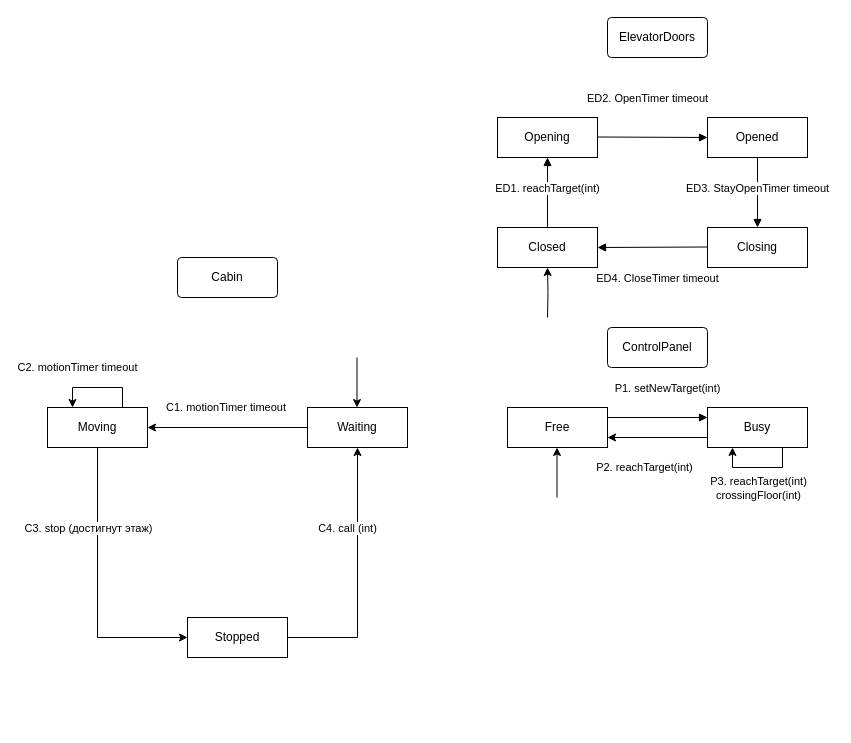
The draw.io diagram oop/lab_04/diagrams/Лабораторная 4 ооп.drawio in MiAneko24/BMSTU_stuff, before the edit. Source tidied: cells renumbered, new cells numbered last; positions are measured from the earlier drawing's top-left corner, leaving out a move shared by most shapes. Both pictures are drawn from the tidied source at 100%, with x=0, y=0 at pixel (47, 17).
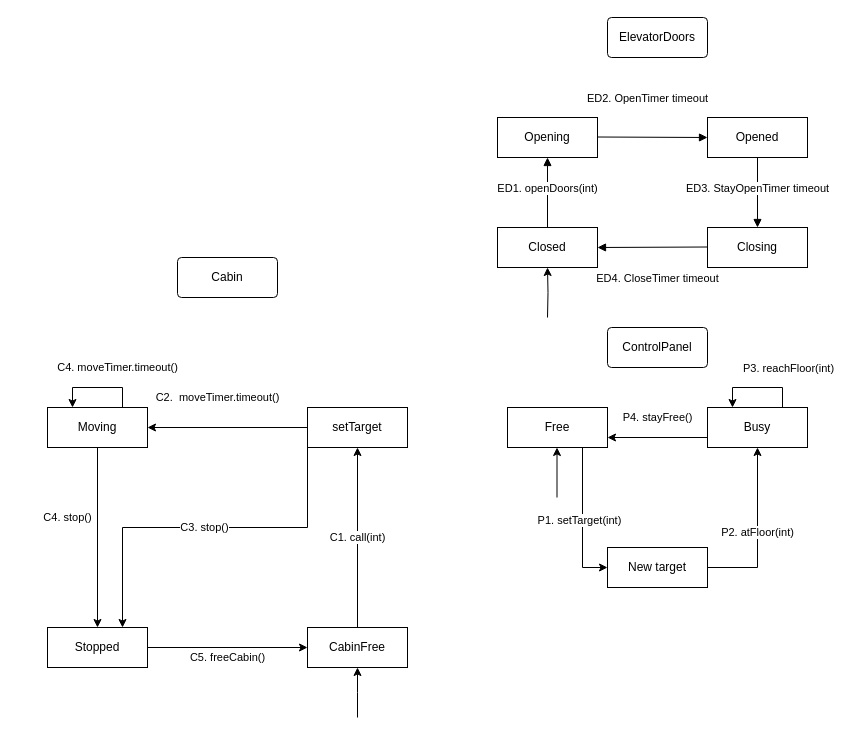
The same page after the edit.

The change refers to these unchanged cells:
```xml
<mxCell id="7" value="Moving" style="rounded=0;arcSize=10;whiteSpace=wrap;html=1;align=center;" parent="1" vertex="1">
  <mxGeometry y="390" width="100" height="40" as="geometry" />
</mxCell>
<mxCell id="12" value="Free" style="rounded=0;arcSize=10;whiteSpace=wrap;html=1;align=center;" parent="1" vertex="1">
  <mxGeometry x="460" y="390" width="100" height="40" as="geometry" />
</mxCell>
<mxCell id="14" value="Busy" style="rounded=0;arcSize=10;whiteSpace=wrap;html=1;align=center;" parent="1" vertex="1">
  <mxGeometry x="660" y="390" width="100" height="40" as="geometry" />
</mxCell>
<mxCell id="15" value="Opening" style="rounded=0;arcSize=10;whiteSpace=wrap;html=1;align=center;" parent="1" vertex="1">
  <mxGeometry x="450" y="100" width="100" height="40" as="geometry" />
</mxCell>
<mxCell id="19" value="Closed" style="rounded=0;arcSize=10;whiteSpace=wrap;html=1;align=center;" parent="1" vertex="1">
  <mxGeometry x="450" y="210" width="100" height="40" as="geometry" />
</mxCell>
```

What changed in the source:
```diff
@@
-    <mxCell id="5" style="edgeStyle=orthogonalEdgeStyle;rounded=0;jettySize=auto;html=1;exitX=0.5;exitY=1;exitDx=0;exitDy=0;entryX=0;entryY=0.5;entryDx=0;entryDy=0;" parent="1" edge="1" source="7" target="11">
-      <mxGeometry relative="1" as="geometry" />
+    <mxCell id="5" value="C4. stop()" style="edgeStyle=orthogonalEdgeStyle;rounded=0;jettySize=auto;html=1;exitX=0.5;exitY=1;exitDx=0;exitDy=0;entryX=0.5;entryY=0;entryDx=0;entryDy=0;" parent="1" edge="1" source="7" target="11">
+      <mxGeometry x="-0.22" y="-30" relative="1" as="geometry" />
     </mxCell>
-    <mxCell id="6" value="C3. stop (достигнут этаж)" style="edgeLabel;html=1;align=center;verticalAlign=middle;" parent="5" vertex="1">
-      <mxGeometry x="-0.52" y="-3" relative="1" as="geometry">
-        <mxPoint x="-7" y="13" as="offset" />
-      </mxGeometry>
-    </mxCell>
@@
-    <mxCell id="8" value="C1. motionTimer timeout&amp;nbsp;" style="edgeStyle=orthogonalEdgeStyle;rounded=0;jettySize=auto;html=1;exitX=0;exitY=0.5;exitDx=0;exitDy=0;" parent="1" edge="1" source="9" target="7">
-      <mxGeometry y="-20" relative="1" as="geometry" />
+    <mxCell id="8" value="C2.&amp;nbsp; moveTimer.timeout()" style="edgeStyle=orthogonalEdgeStyle;rounded=0;jettySize=auto;html=1;exitX=0;exitY=0.5;exitDx=0;exitDy=0;entryX=1;entryY=0.5;entryDx=0;entryDy=0;" parent="1" edge="1" source="9" target="7">
+      <mxGeometry x="0.12" y="-30" relative="1" as="geometry" />
     </mxCell>
+    <mxCell id="30" value="C3. stop()" style="edgeStyle=orthogonalEdgeStyle;rounded=0;jettySize=auto;html=1;exitX=0;exitY=1;exitDx=0;exitDy=0;entryX=0.75;entryY=0;entryDx=0;entryDy=0;" parent="1" edge="1" source="9" target="11">
+      <mxGeometry relative="1" as="geometry">
+        <Array as="points">
+          <mxPoint x="260" y="510" />
+          <mxPoint x="75" y="510" />
+        </Array>
+      </mxGeometry>
+    </mxCell>
-    <mxCell id="9" value="Waiting" style="rounded=0;arcSize=10;whiteSpace=wrap;html=1;align=center;" parent="1" vertex="1">
+    <mxCell id="9" value="setTarget" style="rounded=0;arcSize=10;whiteSpace=wrap;html=1;align=center;" parent="1" vertex="1">
       <mxGeometry x="260" y="390" width="100" height="40" as="geometry" />
     </mxCell>
-    <mxCell id="10" value="C4. call (int)" style="edgeStyle=orthogonalEdgeStyle;rounded=0;jettySize=auto;html=1;exitX=1;exitY=0.5;exitDx=0;exitDy=0;entryX=0.5;entryY=1;entryDx=0;entryDy=0;" parent="1" edge="1" source="11" target="9">
-      <mxGeometry x="0.38" y="10" relative="1" as="geometry" />
-    </mxCell>
+    <mxCell id="31" value="C5. freeCabin()" style="edgeStyle=orthogonalEdgeStyle;rounded=0;jettySize=auto;html=1;exitX=1;exitY=0.5;exitDx=0;exitDy=0;entryX=0;entryY=0.5;entryDx=0;entryDy=0;" parent="1" edge="1" source="11" target="34">
+      <mxGeometry y="-10" relative="1" as="geometry" />
+    </mxCell>
     <mxCell id="11" value="Stopped" style="rounded=0;arcSize=10;whiteSpace=wrap;html=1;align=center;" parent="1" vertex="1">
-      <mxGeometry x="140" y="600" width="100" height="40" as="geometry" />
+      <mxGeometry y="610" width="100" height="40" as="geometry" />
     </mxCell>
+    <mxCell id="32" value="&lt;span style=&quot;color: rgb(0, 0, 0); font-family: helvetica; font-size: 11px; font-style: normal; font-weight: 400; letter-spacing: normal; text-align: center; text-indent: 0px; text-transform: none; word-spacing: 0px; background-color: rgb(255, 255, 255); display: inline; float: none;&quot;&gt;P1. setTarget(int)&amp;nbsp;&amp;nbsp;&lt;/span&gt;" style="edgeStyle=orthogonalEdgeStyle;rounded=0;jettySize=auto;html=1;exitX=0.75;exitY=1;exitDx=0;exitDy=0;entryX=0;entryY=0.5;entryDx=0;entryDy=0;" parent="1" edge="1" source="12" target="36">
+      <mxGeometry relative="1" as="geometry" />
+    </mxCell>
@@
-    <mxCell id="13" value="P2. reachTarget(int)&amp;nbsp;&amp;nbsp;" style="edgeStyle=orthogonalEdgeStyle;rounded=0;jettySize=auto;html=1;exitX=0;exitY=0.75;exitDx=0;exitDy=0;entryX=1;entryY=0.75;entryDx=0;entryDy=0;" parent="1" edge="1" source="14" target="12">
-      <mxGeometry x="0.2" y="30" relative="1" as="geometry" />
+    <mxCell id="13" value="P4. stayFree()" style="edgeStyle=orthogonalEdgeStyle;rounded=0;jettySize=auto;html=1;exitX=0;exitY=0.75;exitDx=0;exitDy=0;entryX=1;entryY=0.75;entryDx=0;entryDy=0;" parent="1" edge="1" source="14" target="12">
+      <mxGeometry y="-20" relative="1" as="geometry" />
     </mxCell>
@@
-    <mxCell id="23" value="ED1. reachTarget(int)" style="html=1;verticalAlign=bottom;endArrow=block;exitX=0.5;exitY=0;exitDx=0;exitDy=0;entryX=0.5;entryY=1;entryDx=0;entryDy=0;" parent="1" edge="1" source="19" target="15">
+    <mxCell id="23" value="ED1. openDoors(int)" style="html=1;verticalAlign=bottom;endArrow=block;exitX=0.5;exitY=0;exitDx=0;exitDy=0;entryX=0.5;entryY=1;entryDx=0;entryDy=0;" parent="1" edge="1" source="19" target="15">
       <mxGeometry x="-0.14" relative="1" as="geometry" />
     </mxCell>
-    <mxCell id="24" style="edgeStyle=orthogonalEdgeStyle;rounded=0;orthogonalLoop=1;jettySize=auto;html=1;exitX=0.75;exitY=1;exitDx=0;exitDy=0;entryX=0.25;entryY=1;entryDx=0;entryDy=0;" parent="1" edge="1" source="14" target="14">
-      <mxGeometry relative="1" as="geometry" />
+    <mxCell id="24" style="edgeStyle=orthogonalEdgeStyle;rounded=0;orthogonalLoop=1;jettySize=auto;html=1;" parent="1" edge="1" source="14" target="14">
+      <mxGeometry relative="1" as="geometry">
+        <Array as="points">
+          <mxPoint x="735" y="370" />
+          <mxPoint x="685" y="370" />
+        </Array>
+      </mxGeometry>
     </mxCell>
-    <mxCell id="25" value="P3. reachTarget(int)&lt;br&gt;crossingFloor(int)&lt;br&gt;" style="edgeLabel;html=1;align=center;verticalAlign=middle;" parent="24" vertex="1">
+    <mxCell id="25" value="P3. reachFloor(int)" style="edgeLabel;html=1;align=center;verticalAlign=middle;" parent="24" vertex="1">
       <mxGeometry x="0.33" y="-3" relative="1" as="geometry">
-        <mxPoint x="15" y="23" as="offset" />
+        <mxPoint x="45" y="-17" as="offset" />
       </mxGeometry>
     </mxCell>
-    <mxCell id="26" value="P1. setNewTarget(int)" style="html=1;verticalAlign=bottom;endArrow=block;entryX=0;entryY=0.25;entryDx=0;entryDy=0;" parent="1" edge="1" target="14">
-      <mxGeometry x="0.2" y="20" relative="1" as="geometry">
-        <mxPoint x="560" y="400" as="sourcePoint" />
-      </mxGeometry>
-    </mxCell>
@@
-    <mxCell id="28" style="edgeStyle=orthogonalEdgeStyle;rounded=0;jettySize=auto;html=1;entryX=0.5;entryY=1;entryDx=0;entryDy=0;startArrow=classic;startFill=1;endArrow=none;endFill=0;" parent="1" edge="1" source="9">
+    <mxCell id="28" style="edgeStyle=orthogonalEdgeStyle;rounded=0;jettySize=auto;html=1;startArrow=classic;startFill=1;endArrow=none;endFill=0;exitX=0.5;exitY=1;exitDx=0;exitDy=0;" parent="1" edge="1" source="34">
       <mxGeometry relative="1" as="geometry">
-        <mxPoint x="309.5" y="340" as="targetPoint" />
+        <mxPoint x="310" y="700" as="targetPoint" />
       </mxGeometry>
     </mxCell>
+    <mxCell id="33" value="C1. call(int)" style="edgeStyle=orthogonalEdgeStyle;rounded=0;jettySize=auto;html=1;exitX=0.5;exitY=0;exitDx=0;exitDy=0;entryX=0.5;entryY=1;entryDx=0;entryDy=0;" parent="1" edge="1" source="34" target="9">
+      <mxGeometry relative="1" as="geometry" />
+    </mxCell>
+    <mxCell id="34" value="CabinFree" style="rounded=0;arcSize=10;whiteSpace=wrap;html=1;align=center;" parent="1" vertex="1">
+      <mxGeometry x="260" y="610" width="100" height="40" as="geometry" />
+    </mxCell>
-    <mxCell id="29" value="C2. motionTimer timeout" style="edgeStyle=orthogonalEdgeStyle;rounded=0;orthogonalLoop=1;jettySize=auto;html=1;exitX=0.75;exitY=0;exitDx=0;exitDy=0;entryX=0.25;entryY=0;entryDx=0;entryDy=0;" parent="1" edge="1" source="7" target="7">
-      <mxGeometry x="0.44" y="-20" relative="1" as="geometry">
+    <mxCell id="29" value="C4. moveTimer.timeout()" style="edgeStyle=orthogonalEdgeStyle;rounded=0;orthogonalLoop=1;jettySize=auto;html=1;exitX=0.75;exitY=0;exitDx=0;exitDy=0;entryX=0.25;entryY=0;entryDx=0;entryDy=0;" parent="1" edge="1" source="7" target="7">
+      <mxGeometry x="-0.44" y="-20" relative="1" as="geometry">
         <Array as="points">
           <mxPoint x="75" y="370" />
           <mxPoint x="25" y="370" />
         </Array>
       </mxGeometry>
     </mxCell>
+    <mxCell id="35" value="P2. atFloor(int)" style="edgeStyle=orthogonalEdgeStyle;rounded=0;jettySize=auto;html=1;exitX=1;exitY=0.5;exitDx=0;exitDy=0;entryX=0.5;entryY=1;entryDx=0;entryDy=0;" parent="1" edge="1" source="36" target="14">
+      <mxGeometry relative="1" as="geometry" />
+    </mxCell>
+    <mxCell id="36" value="New target" style="rounded=0;arcSize=10;whiteSpace=wrap;html=1;align=center;" parent="1" vertex="1">
+      <mxGeometry x="560" y="530" width="100" height="40" as="geometry" />
+    </mxCell>
```
